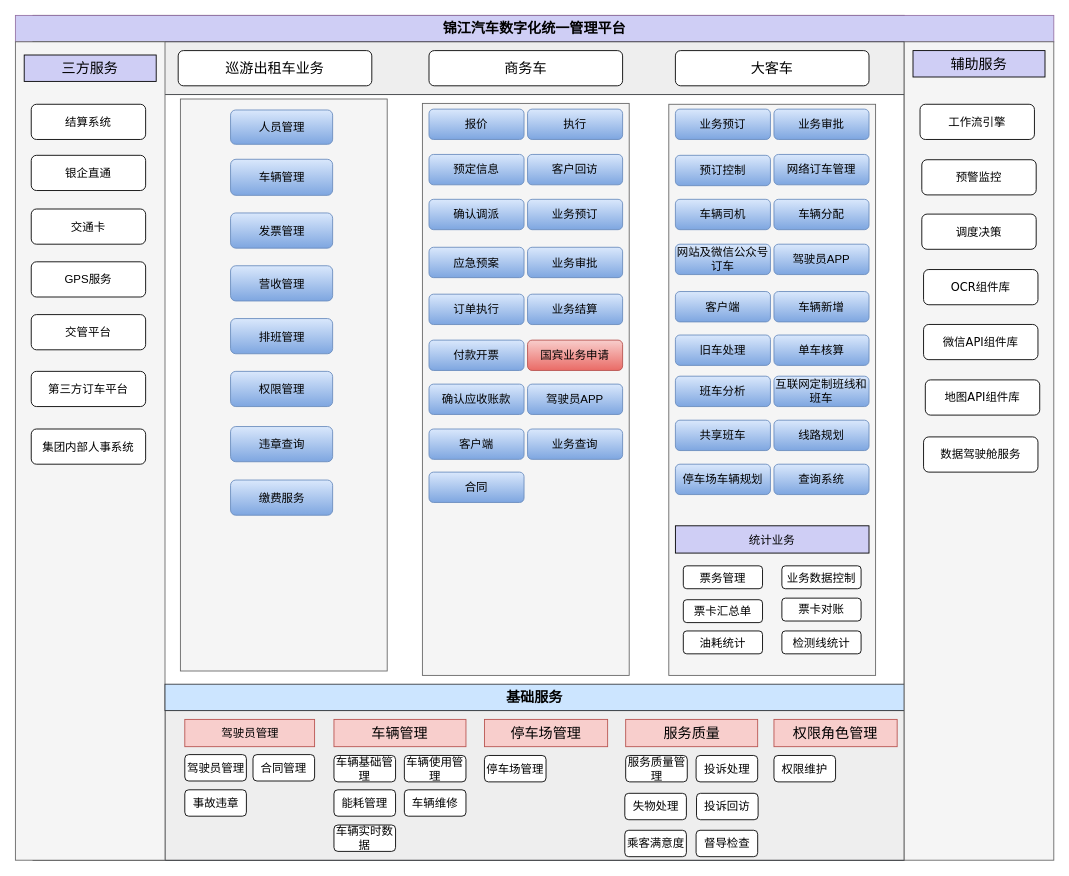
ammengke/my-drawio keeps this draw.io diagram as 汽车公司业务流程图.drawio. Above is the earlier version. Source tidied: cells renumbered, new cells numbered last; positions are measured from the earlier drawing's top-left corner, leaving out a move shared by most shapes. Both pictures are drawn from the tidied source at 88%, with x=0, y=0 at pixel (15, 15).
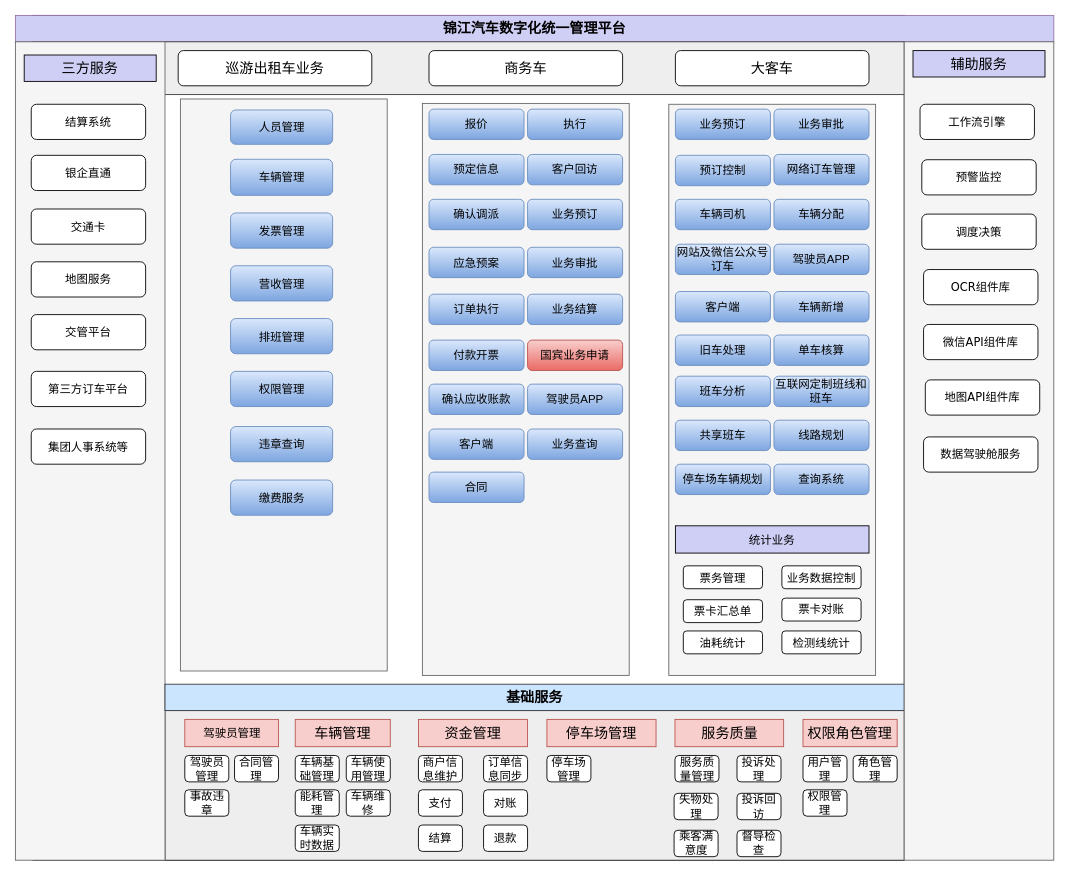
Above is the later version.

Commit message:
Update 汽车公司业务流程图.drawio

The edit, as a diff of the source:
```diff
@@
-    <mxCell id="14" value="GPS服务" style="rounded=1;whiteSpace=wrap;html=1;fontSize=13;" parent="1" vertex="1">
+    <mxCell id="14" value="地图服务" style="rounded=1;whiteSpace=wrap;html=1;fontSize=13;" parent="1" vertex="1">
       <mxGeometry x="18" y="280" width="130" height="40" as="geometry" />
     </mxCell>
@@
     <mxCell id="69" value="驾驶员管理" style="rounded=0;whiteSpace=wrap;html=1;fontSize=13;fillColor=#f8cecc;strokeColor=#b85450;" parent="1" vertex="1">
-      <mxGeometry x="192.5" y="800" width="147.5" height="31" as="geometry" />
+      <mxGeometry x="192.5" y="800" width="106.5" height="31" as="geometry" />
     </mxCell>
     <mxCell id="70" value="&lt;span style=&quot;font-size: 16px&quot;&gt;停车场管理&lt;/span&gt;" style="rounded=0;whiteSpace=wrap;html=1;fontSize=13;fillColor=#f8cecc;strokeColor=#b85450;" parent="1" vertex="1">
-      <mxGeometry x="533" y="800" width="140" height="31" as="geometry" />
+      <mxGeometry x="604" y="800" width="124" height="31" as="geometry" />
     </mxCell>
     <mxCell id="71" value="驾驶员管理" style="rounded=1;whiteSpace=wrap;html=1;fontSize=13;" parent="1" vertex="1">
-      <mxGeometry x="192.5" y="840" width="70" height="30" as="geometry" />
+      <mxGeometry x="192.5" y="841" width="50" height="30" as="geometry" />
     </mxCell>
     <mxCell id="72" value="合同管理" style="rounded=1;whiteSpace=wrap;html=1;fontSize=13;" parent="1" vertex="1">
-      <mxGeometry x="270" y="840" width="70" height="30" as="geometry" />
+      <mxGeometry x="249" y="841" width="50" height="30" as="geometry" />
     </mxCell>
     <mxCell id="73" value="事故违章" style="rounded=1;whiteSpace=wrap;html=1;fontSize=13;" parent="1" vertex="1">
-      <mxGeometry x="192.5" y="880" width="70" height="30" as="geometry" />
+      <mxGeometry x="192.5" y="880" width="50" height="30" as="geometry" />
     </mxCell>
     <mxCell id="74" value="停车场管理" style="rounded=1;whiteSpace=wrap;html=1;fontSize=13;" parent="1" vertex="1">
-      <mxGeometry x="533" y="841" width="70" height="30" as="geometry" />
+      <mxGeometry x="604" y="841" width="50" height="30" as="geometry" />
     </mxCell>
     <mxCell id="75" value="失物处理" style="rounded=1;whiteSpace=wrap;html=1;fontSize=13;" parent="1" vertex="1">
-      <mxGeometry x="692.5" y="884" width="70" height="30" as="geometry" />
+      <mxGeometry x="748.5" y="884" width="50" height="30" as="geometry" />
     </mxCell>
     <mxCell id="76" value="投诉回访" style="rounded=1;whiteSpace=wrap;html=1;fontSize=13;" parent="1" vertex="1">
-      <mxGeometry x="774" y="884" width="70" height="30" as="geometry" />
+      <mxGeometry x="820" y="884" width="50" height="30" as="geometry" />
     </mxCell>
     <mxCell id="77" value="乘客满意度" style="rounded=1;whiteSpace=wrap;html=1;fontSize=13;" parent="1" vertex="1">
-      <mxGeometry x="692.5" y="926" width="70" height="30" as="geometry" />
+      <mxGeometry x="748.5" y="926" width="50" height="30" as="geometry" />
     </mxCell>
     <mxCell id="78" value="督导检查" style="rounded=1;whiteSpace=wrap;html=1;fontSize=13;" parent="1" vertex="1">
-      <mxGeometry x="773.5" y="926" width="70" height="30" as="geometry" />
+      <mxGeometry x="820" y="926" width="50" height="30" as="geometry" />
     </mxCell>
     <mxCell id="79" value="&lt;span style=&quot;font-size: 16px&quot;&gt;车辆管理&lt;/span&gt;" style="rounded=0;whiteSpace=wrap;html=1;fontSize=13;fillColor=#f8cecc;strokeColor=#b85450;" parent="1" vertex="1">
-      <mxGeometry x="362" y="800" width="150" height="31" as="geometry" />
+      <mxGeometry x="318" y="800" width="108" height="31" as="geometry" />
     </mxCell>
     <mxCell id="80" value="车辆基础管理" style="rounded=1;whiteSpace=wrap;html=1;fontSize=13;" parent="1" vertex="1">
-      <mxGeometry x="362" y="841" width="70" height="30" as="geometry" />
+      <mxGeometry x="318" y="841" width="50" height="30" as="geometry" />
     </mxCell>
     <mxCell id="81" value="车辆使用管理" style="rounded=1;whiteSpace=wrap;html=1;fontSize=13;" parent="1" vertex="1">
-      <mxGeometry x="442" y="841" width="70" height="30" as="geometry" />
+      <mxGeometry x="376" y="841" width="50" height="30" as="geometry" />
     </mxCell>
     <mxCell id="82" value="能耗管理" style="rounded=1;whiteSpace=wrap;html=1;fontSize=13;" parent="1" vertex="1">
-      <mxGeometry x="362" y="880" width="70" height="30" as="geometry" />
+      <mxGeometry x="318" y="880" width="50" height="30" as="geometry" />
     </mxCell>
     <mxCell id="83" value="车辆维修" style="rounded=1;whiteSpace=wrap;html=1;fontSize=13;" parent="1" vertex="1">
-      <mxGeometry x="442" y="880" width="70" height="30" as="geometry" />
+      <mxGeometry x="376" y="880" width="50" height="30" as="geometry" />
     </mxCell>
     <mxCell id="84" value="车辆实时数据" style="rounded=1;whiteSpace=wrap;html=1;fontSize=13;" parent="1" vertex="1">
-      <mxGeometry x="362" y="920" width="70" height="30" as="geometry" />
+      <mxGeometry x="318" y="920" width="50" height="30" as="geometry" />
     </mxCell>
     <mxCell id="85" value="&lt;span style=&quot;font-size: 16px&quot;&gt;服务质量&lt;/span&gt;" style="rounded=0;whiteSpace=wrap;html=1;fontSize=13;fillColor=#f8cecc;strokeColor=#b85450;" parent="1" vertex="1">
-      <mxGeometry x="693.5" y="800" width="150" height="31" as="geometry" />
+      <mxGeometry x="749.5" y="800" width="123.5" height="31" as="geometry" />
     </mxCell>
     <mxCell id="86" value="服务质量管理" style="rounded=1;whiteSpace=wrap;html=1;fontSize=13;" parent="1" vertex="1">
-      <mxGeometry x="693.5" y="841" width="70" height="30" as="geometry" />
+      <mxGeometry x="749.5" y="841" width="50" height="30" as="geometry" />
     </mxCell>
     <mxCell id="87" value="投诉处理" style="rounded=1;whiteSpace=wrap;html=1;fontSize=13;" parent="1" vertex="1">
-      <mxGeometry x="773.5" y="841" width="70" height="30" as="geometry" />
+      <mxGeometry x="820" y="841" width="50" height="30" as="geometry" />
     </mxCell>
     <mxCell id="88" value="&lt;span style=&quot;font-size: 16px&quot;&gt;权限角色管理&lt;/span&gt;" style="rounded=0;whiteSpace=wrap;html=1;fontSize=13;fillColor=#f8cecc;strokeColor=#b85450;" parent="1" vertex="1">
-      <mxGeometry x="862" y="800" width="140" height="31" as="geometry" />
+      <mxGeometry x="895" y="800" width="107" height="31" as="geometry" />
     </mxCell>
-    <mxCell id="89" value="权限维护" style="rounded=1;whiteSpace=wrap;html=1;fontSize=13;" parent="1" vertex="1">
-      <mxGeometry x="862" y="841" width="70" height="30" as="geometry" />
+    <mxCell id="89" value="用户管理" style="rounded=1;whiteSpace=wrap;html=1;fontSize=13;" parent="1" vertex="1">
+      <mxGeometry x="895" y="841" width="50" height="30" as="geometry" />
     </mxCell>
@@
-    <mxCell id="99" value="集团内部人事系统" style="rounded=1;whiteSpace=wrap;html=1;fontSize=13;" parent="1" vertex="1">
+    <mxCell id="99" value="集团人事系统等" style="rounded=1;whiteSpace=wrap;html=1;fontSize=13;" parent="1" vertex="1">
       <mxGeometry x="18" y="470" width="130" height="40" as="geometry" />
     </mxCell>
@@
+    <mxCell id="102" value="&lt;span style=&quot;font-size: 16px&quot;&gt;资金管理&lt;/span&gt;" style="rounded=0;whiteSpace=wrap;html=1;fontSize=13;fillColor=#f8cecc;strokeColor=#b85450;" parent="1" vertex="1">
+      <mxGeometry x="458" y="800" width="124" height="31" as="geometry" />
+    </mxCell>
+    <mxCell id="103" value="商户信息维护" style="rounded=1;whiteSpace=wrap;html=1;fontSize=13;" parent="1" vertex="1">
+      <mxGeometry x="458" y="841" width="50" height="30" as="geometry" />
+    </mxCell>
+    <mxCell id="104" value="订单信息同步" style="rounded=1;whiteSpace=wrap;html=1;fontSize=13;" parent="1" vertex="1">
+      <mxGeometry x="532" y="841" width="50" height="30" as="geometry" />
+    </mxCell>
+    <mxCell id="105" value="支付" style="rounded=1;whiteSpace=wrap;html=1;fontSize=13;" parent="1" vertex="1">
+      <mxGeometry x="458" y="880" width="50" height="30" as="geometry" />
+    </mxCell>
+    <mxCell id="106" value="对账" style="rounded=1;whiteSpace=wrap;html=1;fontSize=13;" parent="1" vertex="1">
+      <mxGeometry x="532" y="880" width="50" height="30" as="geometry" />
+    </mxCell>
+    <mxCell id="107" value="结算" style="rounded=1;whiteSpace=wrap;html=1;fontSize=13;" parent="1" vertex="1">
+      <mxGeometry x="458" y="920" width="50" height="30" as="geometry" />
+    </mxCell>
+    <mxCell id="108" value="退款" style="rounded=1;whiteSpace=wrap;html=1;fontSize=13;" parent="1" vertex="1">
+      <mxGeometry x="532" y="920" width="50" height="30" as="geometry" />
+    </mxCell>
+    <mxCell id="109" value="角色管理" style="rounded=1;whiteSpace=wrap;html=1;fontSize=13;" parent="1" vertex="1">
+      <mxGeometry x="952" y="841" width="50" height="30" as="geometry" />
+    </mxCell>
+    <mxCell id="110" value="权限管理" style="rounded=1;whiteSpace=wrap;html=1;fontSize=13;" parent="1" vertex="1">
+      <mxGeometry x="895" y="880" width="50" height="30" as="geometry" />
+    </mxCell>
```
